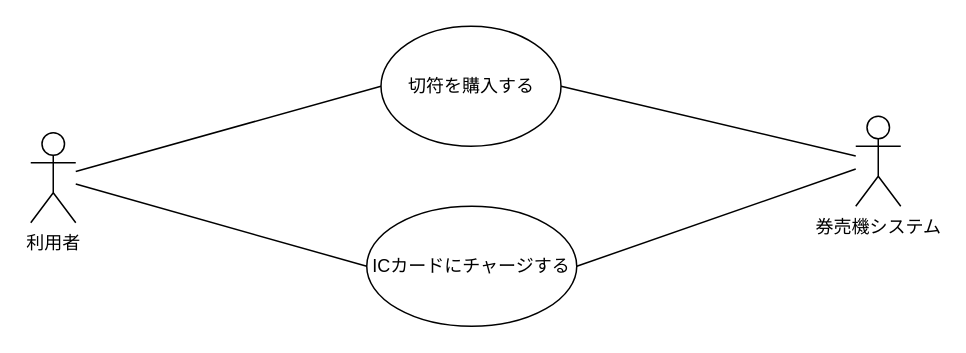
Before: page "ページ1" (1 of 3) of Lesson10/Lesson10 (1).drawio in ucsaeki/UML_chonyumon, a draw.io diagram. Source tidied: cells renumbered, new cells numbered last; positions are measured from the earlier drawing's top-left corner, leaving out a move shared by most shapes. Both pictures are drawn from the tidied source at 150%, with x=0, y=0 at pixel (30, 26).
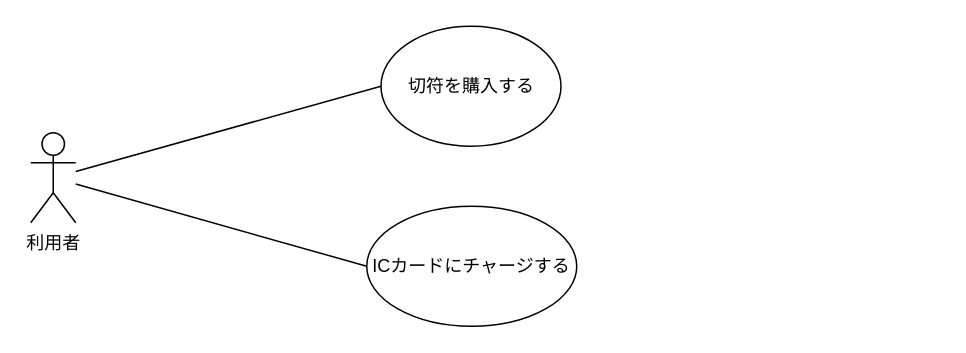
The same diagram, later.

What changed in the source:
```diff
@@
 <mxGraphModel>
   <root>
     <mxCell id="0" />
     <mxCell id="1" parent="0" />
     <mxCell id="2" value="利用者" style="shape=umlActor;verticalLabelPosition=bottom;verticalAlign=top;html=1;outlineConnect=0;" parent="1" vertex="1">
       <mxGeometry y="71" width="30" height="60" as="geometry" />
     </mxCell>
-    <mxCell id="3" value="券売機システム" style="shape=umlActor;verticalLabelPosition=bottom;verticalAlign=top;html=1;outlineConnect=0;" parent="1" vertex="1">
-      <mxGeometry x="550" y="60" width="30" height="60" as="geometry" />
-    </mxCell>
-    <mxCell id="4" style="rounded=0;jettySize=auto;html=1;exitX=1;exitY=0.5;exitDx=0;exitDy=0;endArrow=none;endFill=0;" parent="1" edge="1" source="5" target="3">
-      <mxGeometry relative="1" as="geometry" />
-    </mxCell>
     <mxCell id="5" value="切符を購入する" style="ellipse;whiteSpace=wrap;html=1;" parent="1" vertex="1">
       <mxGeometry x="233.5" width="120" height="80" as="geometry" />
     </mxCell>
-    <mxCell id="6" style="rounded=0;jettySize=auto;html=1;exitX=1;exitY=0.5;exitDx=0;exitDy=0;endArrow=none;endFill=0;" parent="1" edge="1" source="7" target="3">
-      <mxGeometry relative="1" as="geometry" />
-    </mxCell>
     <mxCell id="7" value="ICカードにチャージする" style="ellipse;whiteSpace=wrap;html=1;" parent="1" vertex="1">
       <mxGeometry x="224" y="120" width="140" height="80" as="geometry" />
     </mxCell>
     <mxCell id="8" style="endArrow=none;html=1;rounded=0;entryX=0;entryY=0.5;entryDx=0;entryDy=0;" parent="1" edge="1" source="2" target="5">
       <mxGeometry relative="1" as="geometry" />
     </mxCell>
     <mxCell id="9" style="endArrow=none;html=1;rounded=0;entryX=0;entryY=0.5;entryDx=0;entryDy=0;" parent="1" edge="1" source="2" target="7">
       <mxGeometry relative="1" as="geometry" />
     </mxCell>
   </root>
 </mxGraphModel>
```
